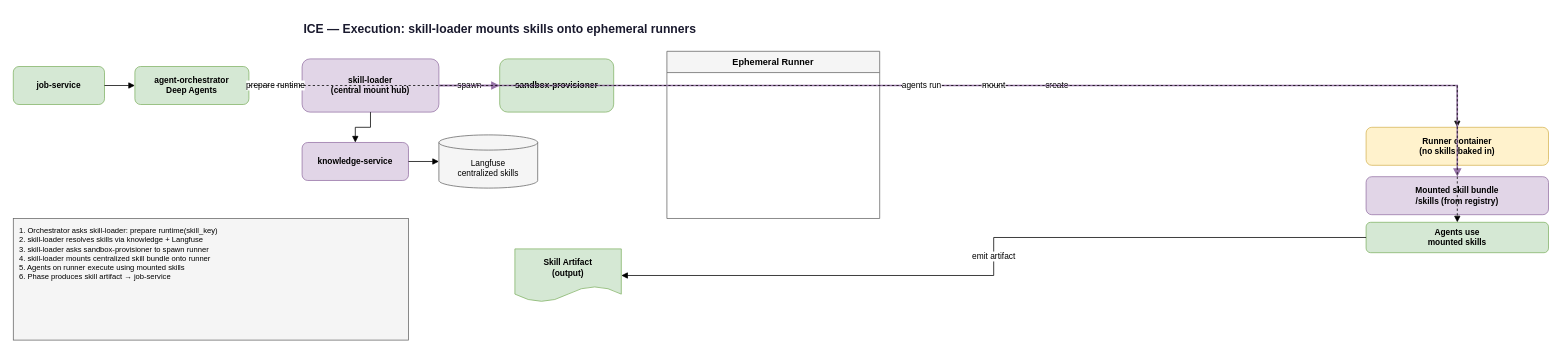
The draw.io diagram docs/05-execution-runners.drawio in shivank22/ICE, before the edit. Source tidied: cells renumbered, new cells numbered last; positions are measured from the earlier drawing's top-left corner, leaving out a move shared by most shapes. Both pictures are drawn from the tidied source at 76%, with x=0, y=0 at pixel (13, 13).
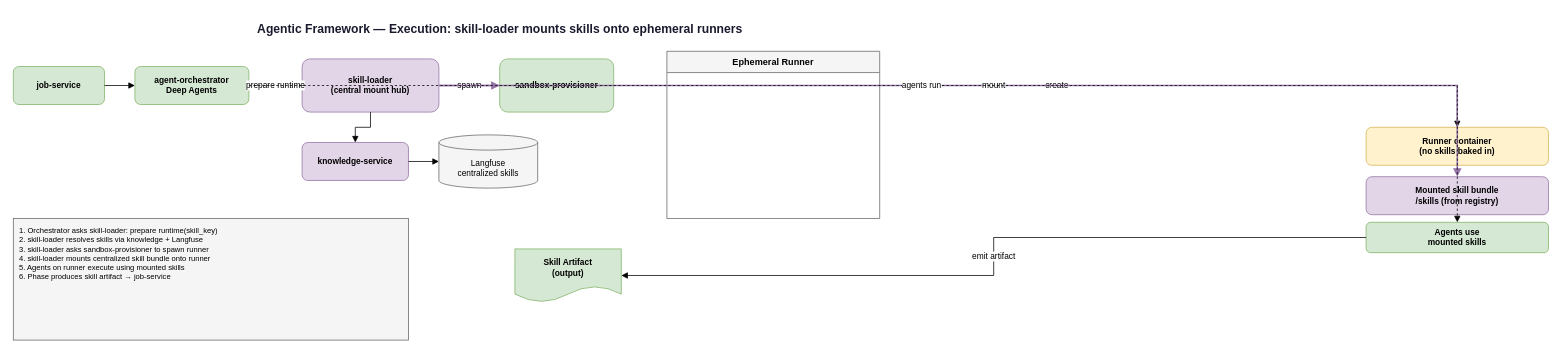
The same diagram, later.

Change to the diagram source:
```diff
@@
-    <mxCell id="2" value="ICE — Execution: skill-loader mounts skills onto ephemeral runners" style="text;html=1;strokeColor=none;fillColor=none;align=center;verticalAlign=middle;fontStyle=1;fontSize=16;fontColor=#1a1a2e;" parent="1" vertex="1">
+    <mxCell id="2" value="Agentic Framework — Execution: skill-loader mounts skills onto ephemeral runners" style="text;html=1;strokeColor=none;fillColor=none;align=center;verticalAlign=middle;fontStyle=1;fontSize=16;fontColor=#1a1a2e;" parent="1" vertex="1">
       <mxGeometry x="40" width="1200" height="40" as="geometry" />
     </mxCell>
```
